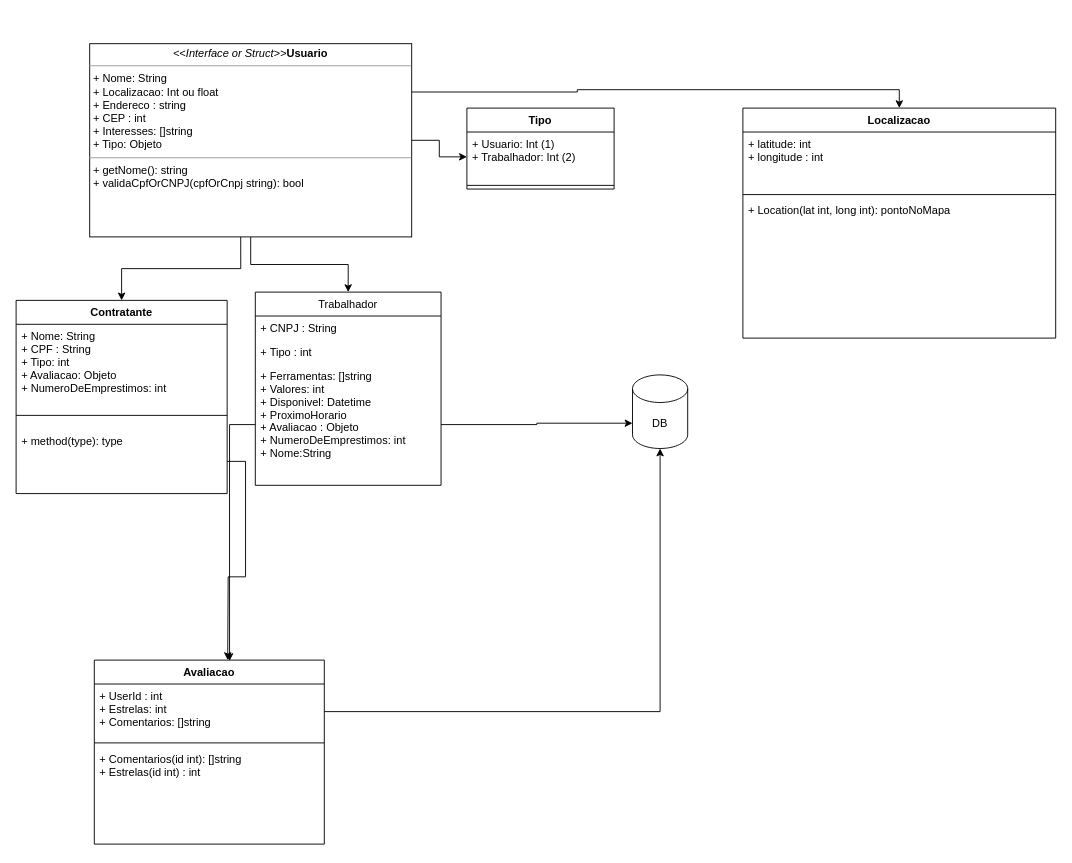
Before: emprestaai.drawio in bbwithpointers/emprestaai, a draw.io diagram. Source tidied: cells renumbered, new cells numbered last; positions are measured from the earlier drawing's top-left corner, leaving out a move shared by most shapes. Both pictures are drawn from the tidied source at 92%, with x=0, y=0 at pixel (16, 43).
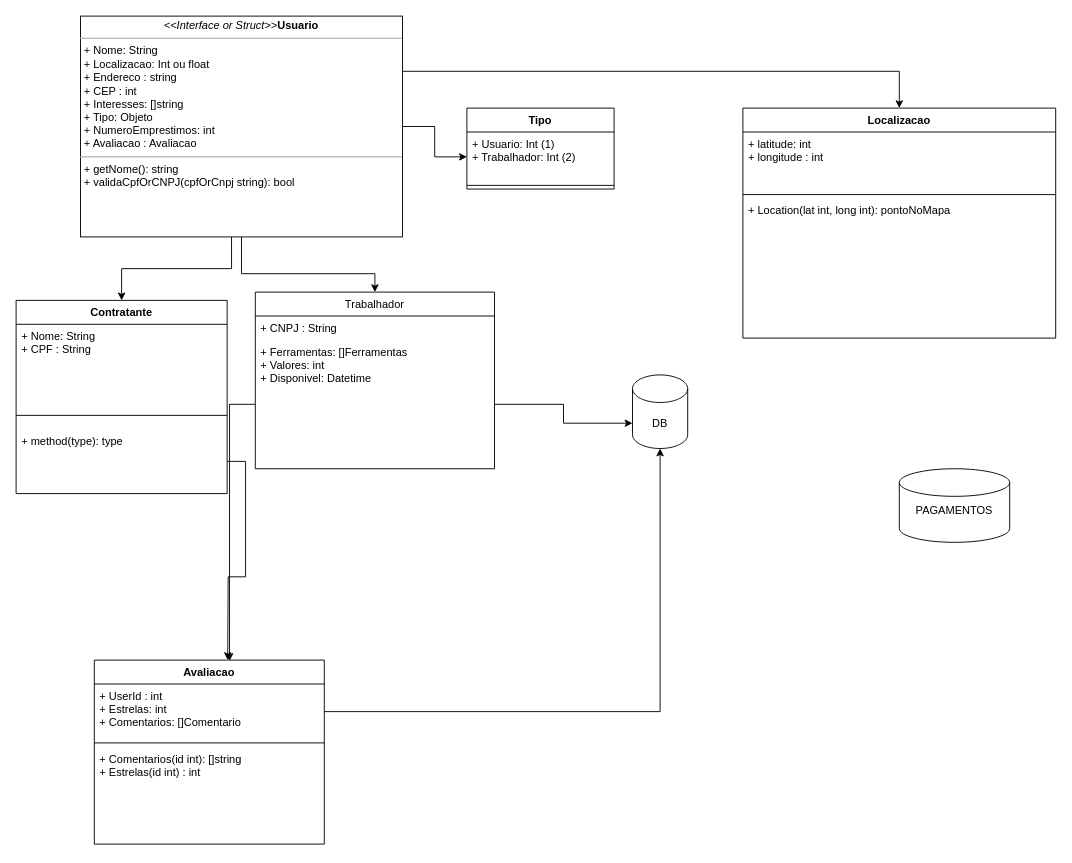
After the change.

Unchanged cells that the change refers to:
```xml
<mxCell id="2" value="Contratante" style="swimlane;fontStyle=1;align=center;verticalAlign=top;horizontal=1;startSize=26;" parent="1" vertex="1">
  <mxGeometry y="279" width="229.4" height="210" as="geometry" />
</mxCell>
<mxCell id="22" value="Avaliacao" style="swimlane;fontStyle=1;align=center;verticalAlign=top;horizontal=1;startSize=26;" parent="1" vertex="1">
  <mxGeometry x="85" y="670" width="250" height="200" as="geometry" />
</mxCell>
```

Change to the diagram source:
```diff
@@
-    <mxCell id="3" value="+ Nome: String&#10;+ CPF : String&#10;+ Tipo: int &#10;+ Avaliacao: Objeto&#10;+ NumeroDeEmprestimos: int" style="text;strokeColor=none;fillColor=none;align=left;verticalAlign=top;spacingLeft=4;spacingRight=4;overflow=hidden;" parent="2" vertex="1">
+    <mxCell id="3" value="+ Nome: String&#10;+ CPF : String&#10;&#10;&#10;" style="text;strokeColor=none;fillColor=none;align=left;verticalAlign=top;spacingLeft=4;spacingRight=4;overflow=hidden;" parent="2" vertex="1">
       <mxGeometry y="26" width="229.4" height="84" as="geometry" />
     </mxCell>
@@
     <mxCell id="6" value="Trabalhador" style="swimlane;fontStyle=0;horizontal=1;startSize=26;fillColor=none;" parent="1" vertex="1">
-      <mxGeometry x="260" y="270" width="201.9" height="210" as="geometry" />
+      <mxGeometry x="260" y="270" width="260" height="192" as="geometry" />
     </mxCell>
     <mxCell id="7" value="+ CNPJ : String&#10;" style="text;strokeColor=none;fillColor=none;align=left;verticalAlign=top;spacingLeft=4;spacingRight=4;overflow=hidden;" parent="6" vertex="1">
-      <mxGeometry y="26" width="201.9" height="26" as="geometry" />
+      <mxGeometry y="26" width="260" height="26" as="geometry" />
     </mxCell>
-    <mxCell id="8" value="+ Tipo : int" style="text;strokeColor=none;fillColor=none;align=left;verticalAlign=top;spacingLeft=4;spacingRight=4;overflow=hidden;" parent="6" vertex="1">
-      <mxGeometry y="52" width="201.9" height="26" as="geometry" />
-    </mxCell>
-    <mxCell id="9" value="+ Ferramentas: []string&#10;+ Valores: int &#10;+ Disponivel: Datetime&#10;+ ProximoHorario&#10;+ Avaliacao : Objeto&#10;+ NumeroDeEmprestimos: int&#10;+ Nome:String&#10;&#10;&#10;&#10;" style="text;strokeColor=none;fillColor=none;align=left;verticalAlign=top;spacingLeft=4;spacingRight=4;overflow=hidden;points=[[0,0.5],[1,0.5]];portConstraint=eastwest;" parent="6" vertex="1">
-      <mxGeometry y="78" width="201.9" height="132" as="geometry" />
+    <mxCell id="9" value="+ Ferramentas: []Ferramentas&#10;+ Valores: int &#10;+ Disponivel: Datetime&#10;&#10;&#10;&#10;&#10;" style="text;strokeColor=none;fillColor=none;align=left;verticalAlign=top;spacingLeft=4;spacingRight=4;overflow=hidden;points=[[0,0.5],[1,0.5]];portConstraint=eastwest;" parent="6" vertex="1">
+      <mxGeometry y="52" width="260" height="140" as="geometry" />
     </mxCell>
@@
     <mxCell id="11" style="edgeStyle=orthogonalEdgeStyle;rounded=0;jettySize=auto;html=1;entryX=0.5;entryY=0;entryDx=0;entryDy=0;" parent="1" edge="1" source="14" target="6">
-      <mxGeometry relative="1" as="geometry" />
+      <mxGeometry relative="1" as="geometry">
+        <Array as="points">
+          <mxPoint x="245" y="250" />
+          <mxPoint x="390" y="250" />
+        </Array>
+      </mxGeometry>
     </mxCell>
@@
-    <mxCell id="14" value="&lt;p style=&quot;margin:0px;margin-top:4px;text-align:center;&quot;&gt;&lt;i&gt;&amp;lt;&amp;lt;Interface or Struct&amp;gt;&amp;gt;&lt;/i&gt;&lt;b&gt;Usuario&lt;/b&gt;&lt;br&gt;&lt;b&gt;&lt;/b&gt;&lt;/p&gt;&lt;hr size=&quot;1&quot;&gt;&lt;p style=&quot;margin:0px;margin-left:4px;&quot;&gt;+ Nome: String&lt;/p&gt;&lt;p style=&quot;margin:0px;margin-left:4px;&quot;&gt;+ Localizacao: Int ou float&lt;/p&gt;&lt;p style=&quot;margin:0px;margin-left:4px;&quot;&gt;+ Endereco : string&lt;/p&gt;&lt;p style=&quot;margin:0px;margin-left:4px;&quot;&gt;+ CEP : int&lt;br&gt;&lt;/p&gt;&lt;p style=&quot;margin:0px;margin-left:4px;&quot;&gt;+ Interesses: []string&lt;/p&gt;&lt;p style=&quot;margin:0px;margin-left:4px;&quot;&gt;+ Tipo: Objeto&lt;br&gt;&lt;/p&gt;&lt;hr size=&quot;1&quot;&gt;&lt;p style=&quot;margin:0px;margin-left:4px;&quot;&gt;+ getNome(): string&lt;/p&gt;&lt;p style=&quot;margin:0px;margin-left:4px;&quot;&gt;+ validaCpfOrCNPJ(cpfOrCnpj string): bool&lt;/p&gt;&lt;div&gt;&lt;br&gt;&lt;/div&gt;" style="verticalAlign=top;align=left;overflow=fill;fontSize=12;fontFamily=Helvetica;html=1;" parent="1" vertex="1">
-      <mxGeometry x="80" width="350" height="210" as="geometry" />
+    <mxCell id="14" value="&lt;p style=&quot;margin:0px;margin-top:4px;text-align:center;&quot;&gt;&lt;i&gt;&amp;lt;&amp;lt;Interface or Struct&amp;gt;&amp;gt;&lt;/i&gt;&lt;b&gt;Usuario&lt;/b&gt;&lt;br&gt;&lt;b&gt;&lt;/b&gt;&lt;/p&gt;&lt;hr size=&quot;1&quot;&gt;&lt;p style=&quot;margin:0px;margin-left:4px;&quot;&gt;+ Nome: String&lt;/p&gt;&lt;p style=&quot;margin:0px;margin-left:4px;&quot;&gt;+ Localizacao: Int ou float&lt;/p&gt;&lt;p style=&quot;margin:0px;margin-left:4px;&quot;&gt;+ Endereco : string&lt;/p&gt;&lt;p style=&quot;margin:0px;margin-left:4px;&quot;&gt;+ CEP : int&lt;br&gt;&lt;/p&gt;&lt;p style=&quot;margin:0px;margin-left:4px;&quot;&gt;+ Interesses: []string&lt;/p&gt;&lt;p style=&quot;margin:0px;margin-left:4px;&quot;&gt;+ Tipo: Objeto&lt;/p&gt;&lt;p style=&quot;margin:0px;margin-left:4px;&quot;&gt;+ NumeroEmprestimos: int &lt;br&gt;&lt;/p&gt;&lt;p style=&quot;margin:0px;margin-left:4px;&quot;&gt;+ Avaliacao : Avaliacao &lt;br&gt;&lt;/p&gt;&lt;hr size=&quot;1&quot;&gt;&lt;p style=&quot;margin:0px;margin-left:4px;&quot;&gt;+ getNome(): string&lt;/p&gt;&lt;p style=&quot;margin:0px;margin-left:4px;&quot;&gt;+ validaCpfOrCNPJ(cpfOrCnpj string): bool&lt;/p&gt;&lt;div&gt;&lt;br&gt;&lt;/div&gt;" style="verticalAlign=top;align=left;overflow=fill;fontSize=12;fontFamily=Helvetica;html=1;" parent="1" vertex="1">
+      <mxGeometry x="70" y="-30" width="350" height="240" as="geometry" />
     </mxCell>
@@
-    <mxCell id="23" value="+ UserId : int&#10;+ Estrelas: int&#10;+ Comentarios: []string&#10;" style="text;strokeColor=none;fillColor=none;align=left;verticalAlign=top;spacingLeft=4;spacingRight=4;overflow=hidden;points=[[0,0.5],[1,0.5]];portConstraint=eastwest;" parent="22" vertex="1">
+    <mxCell id="23" value="+ UserId : int&#10;+ Estrelas: int&#10;+ Comentarios: []Comentario&#10;" style="text;strokeColor=none;fillColor=none;align=left;verticalAlign=top;spacingLeft=4;spacingRight=4;overflow=hidden;points=[[0,0.5],[1,0.5]];portConstraint=eastwest;" parent="22" vertex="1">
       <mxGeometry y="26" width="250" height="60" as="geometry" />
     </mxCell>
@@
+    <mxCell id="31" value="&lt;div&gt;PAGAMENTOS&lt;/div&gt;&lt;div&gt;&lt;br&gt;&lt;/div&gt;" style="shape=cylinder3;whiteSpace=wrap;html=1;boundedLbl=1;backgroundOutline=1;size=15;" parent="1" vertex="1">
+      <mxGeometry x="960" y="462" width="120" height="80" as="geometry" />
+    </mxCell>
```
